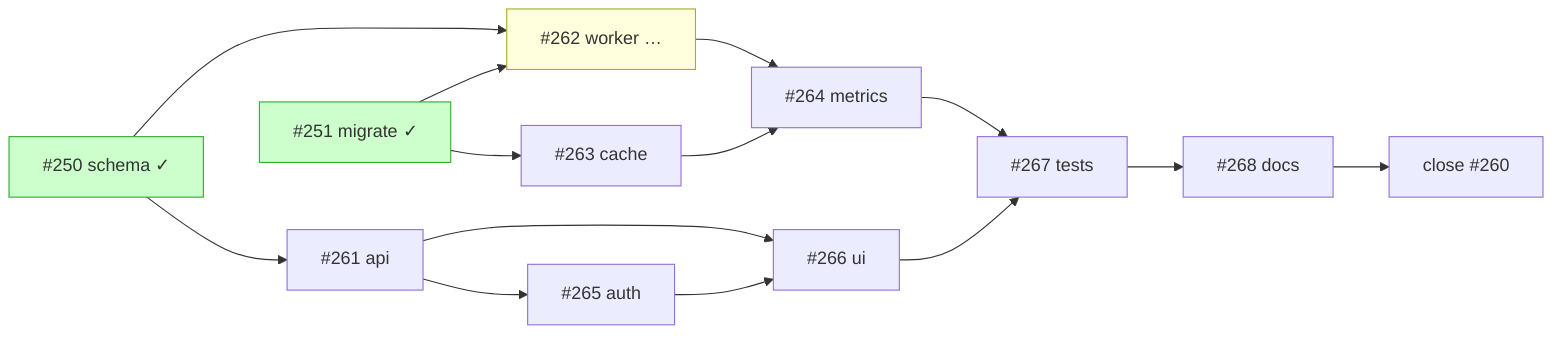
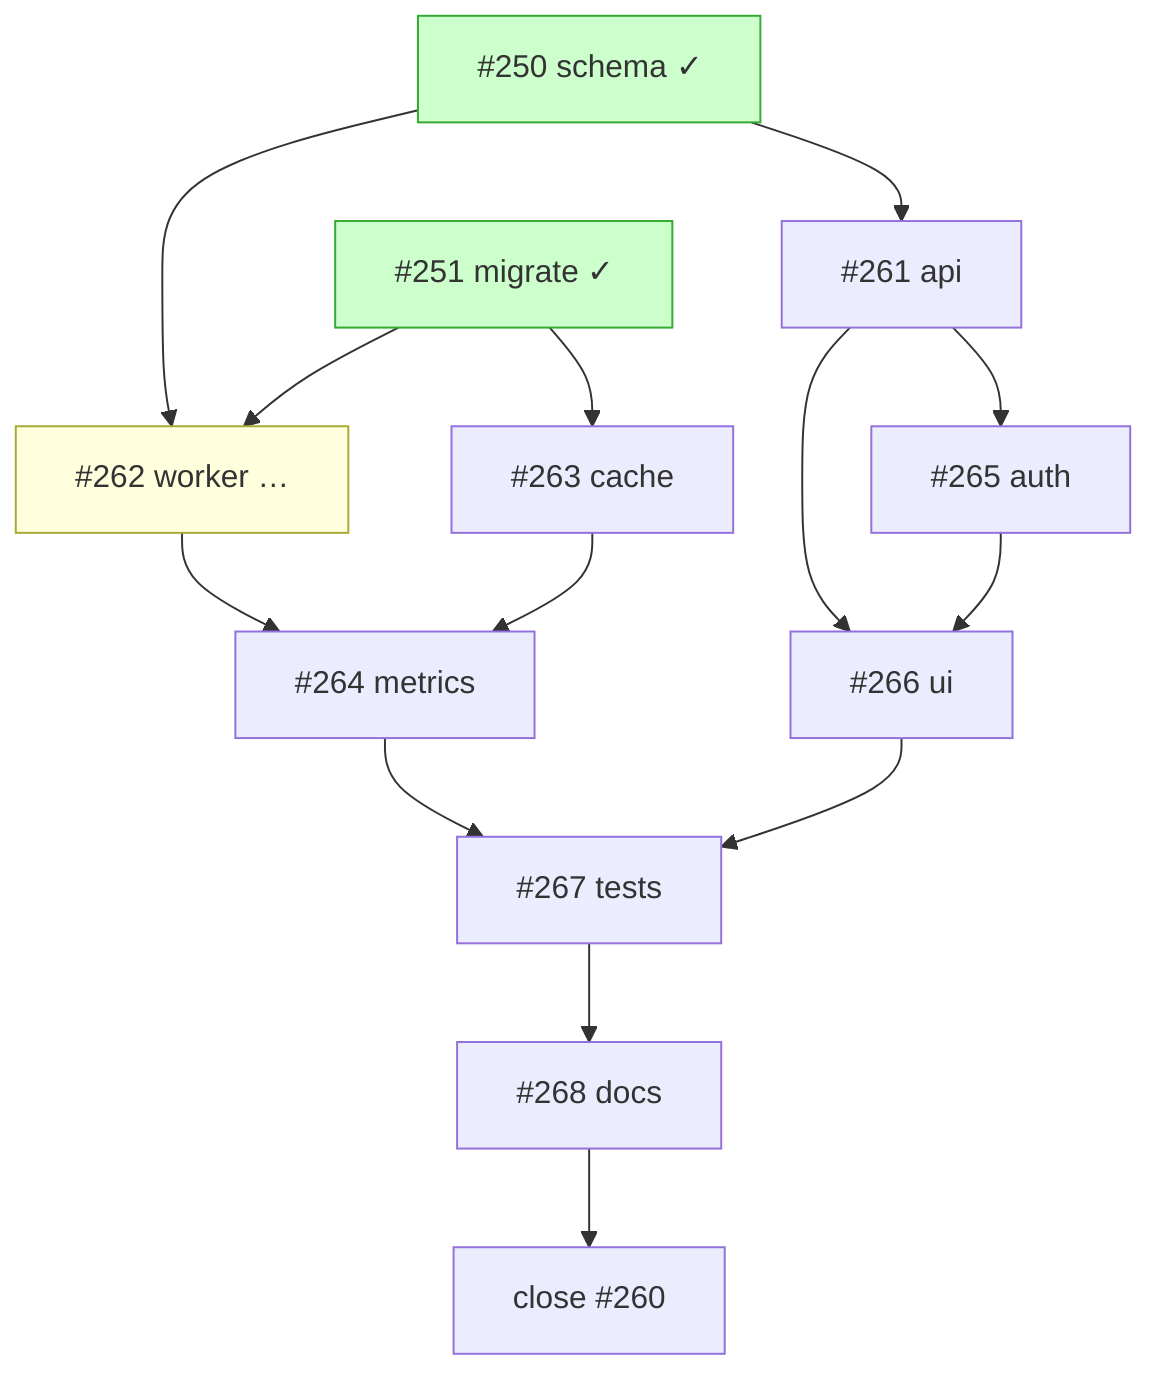
- graph LR
+ graph TD
  N250[#250 schema ✓]:::done
  N251[#251 migrate ✓]:::done
  N261[#261 api]
  N262[#262 worker …]:::wip
  N263[#263 cache]
  N264[#264 metrics]
  N265[#265 auth]
  N266[#266 ui]
  N267[#267 tests]
  N268[#268 docs]
  CLOSE[close #260]
  N250 --> N261
  N250 --> N262
  N251 --> N262
  N251 --> N263
  N261 --> N265
  N261 --> N266
  N262 --> N264
  N263 --> N264
  N265 --> N266
  N264 --> N267
  N266 --> N267
  N267 --> N268
  N268 --> CLOSE
  classDef done fill:#cfc,stroke:#3a3
  classDef wip fill:#ffd,stroke:#aa3
